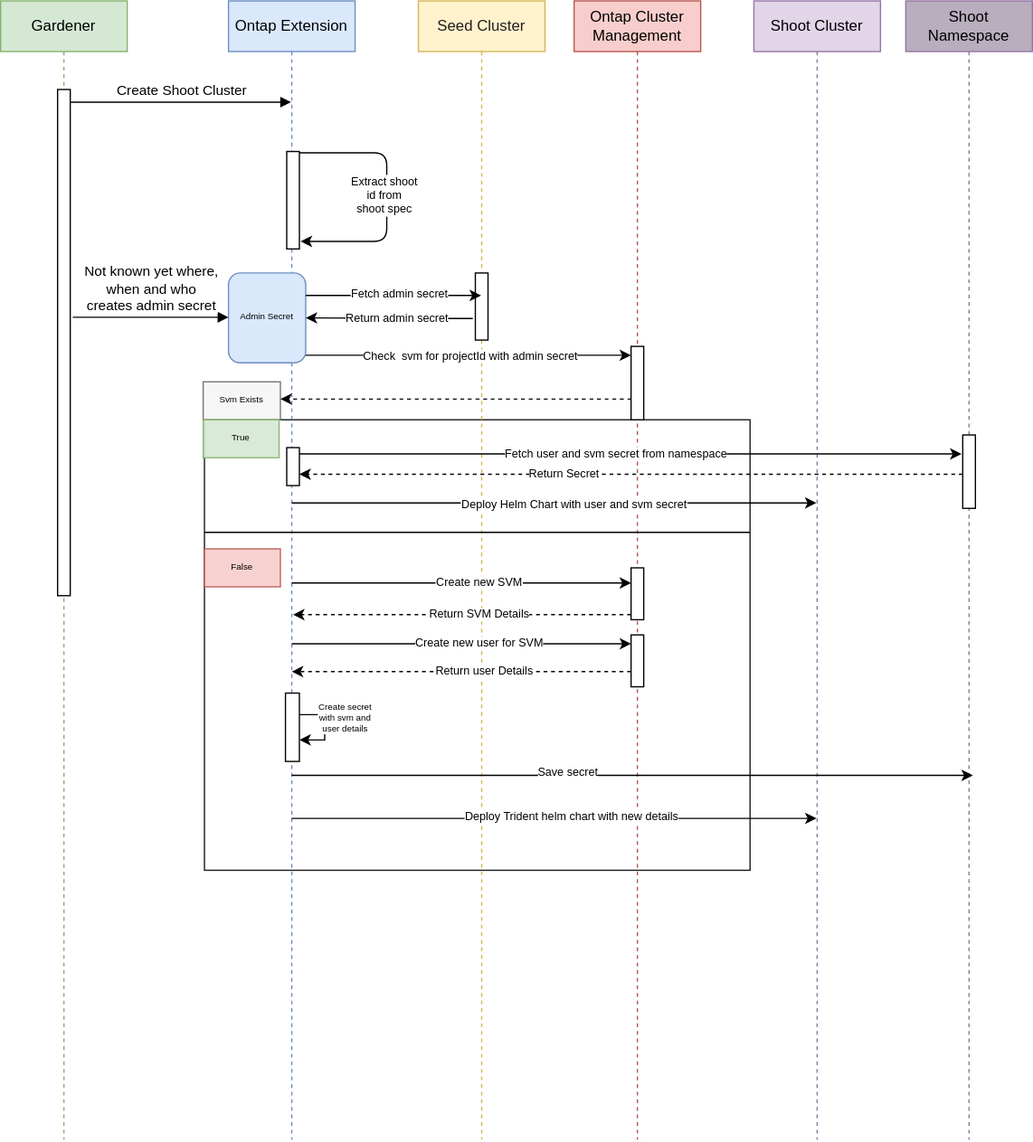
The draw.io diagram sequence_diagram.drawio.svg in metal-stack/gardener-extension-ontap, before a commit. Source tidied: cells renumbered, new cells last; positions are measured from the earlier drawing's top-left corner, leaving out a move shared by most shapes.
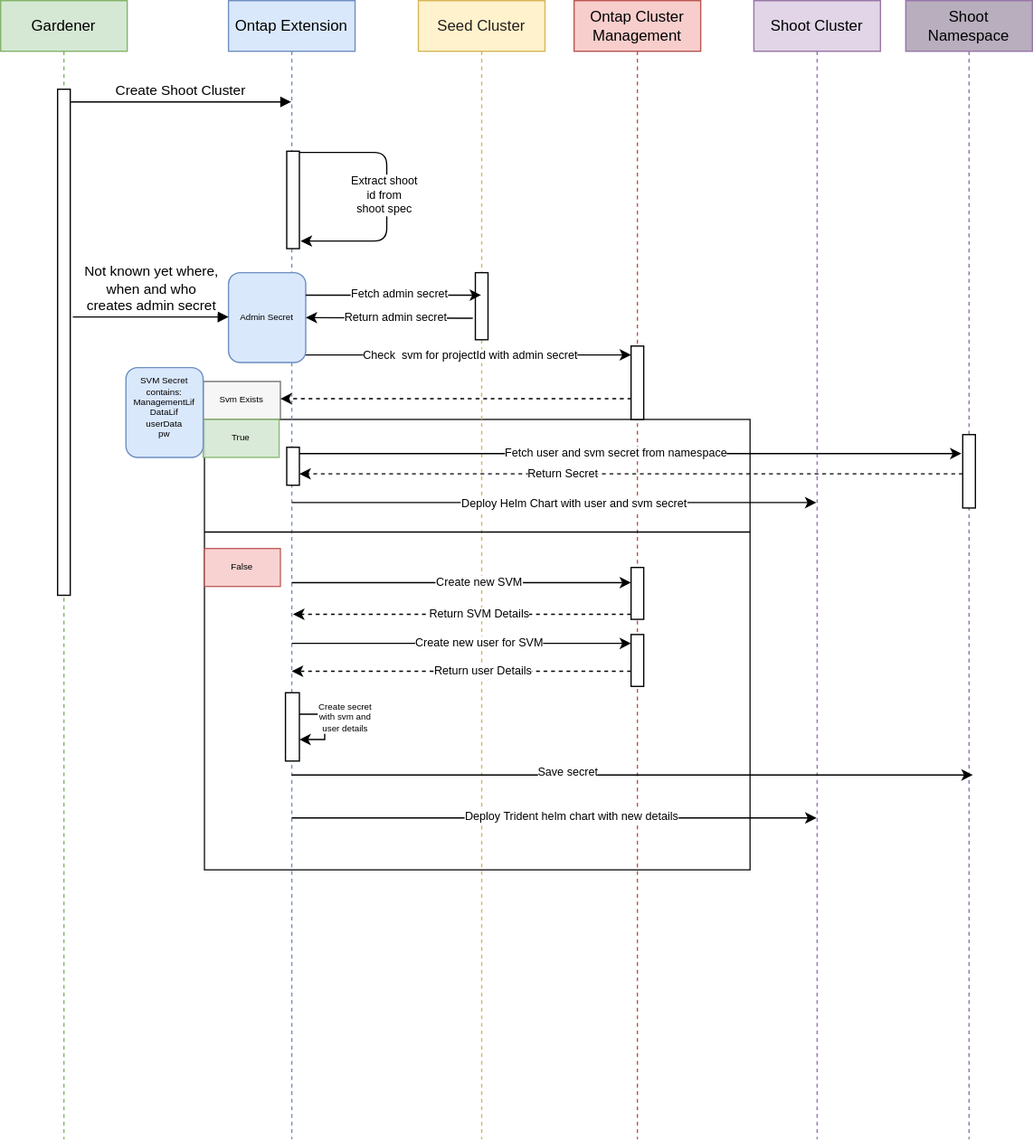
The same file after the commit.

Diff of the diagram source:
```diff
@@ -236,5 +236,8 @@
     <mxCell id="53" value="&lt;font color=&quot;#000000&quot;&gt;Return admin secret&lt;/font&gt;" style="edgeLabel;html=1;align=center;verticalAlign=middle;fontSize=9;fontColor=#FFFFFF;" parent="52" vertex="1">
       <mxGeometry x="-0.08" relative="1" as="geometry" />
     </mxCell>
+    <mxCell id="54" value="&lt;font color=&quot;#000000&quot;&gt;SVM Secret&lt;br&gt;contains:&lt;br&gt;ManagementLif&lt;br&gt;DataLif&lt;br&gt;userData&lt;br&gt;pw&lt;br&gt;&lt;br&gt;&lt;/font&gt;" style="text;html=1;strokeColor=#6c8ebf;fillColor=#dae8fc;align=center;verticalAlign=middle;whiteSpace=wrap;rounded=1;shadow=0;glass=0;sketch=0;fillStyle=auto;fontSize=7;" parent="1" vertex="1">
+      <mxGeometry x="99" y="290" width="61" height="71" as="geometry" />
+    </mxCell>
   </root>
 </mxGraphModel>
```
